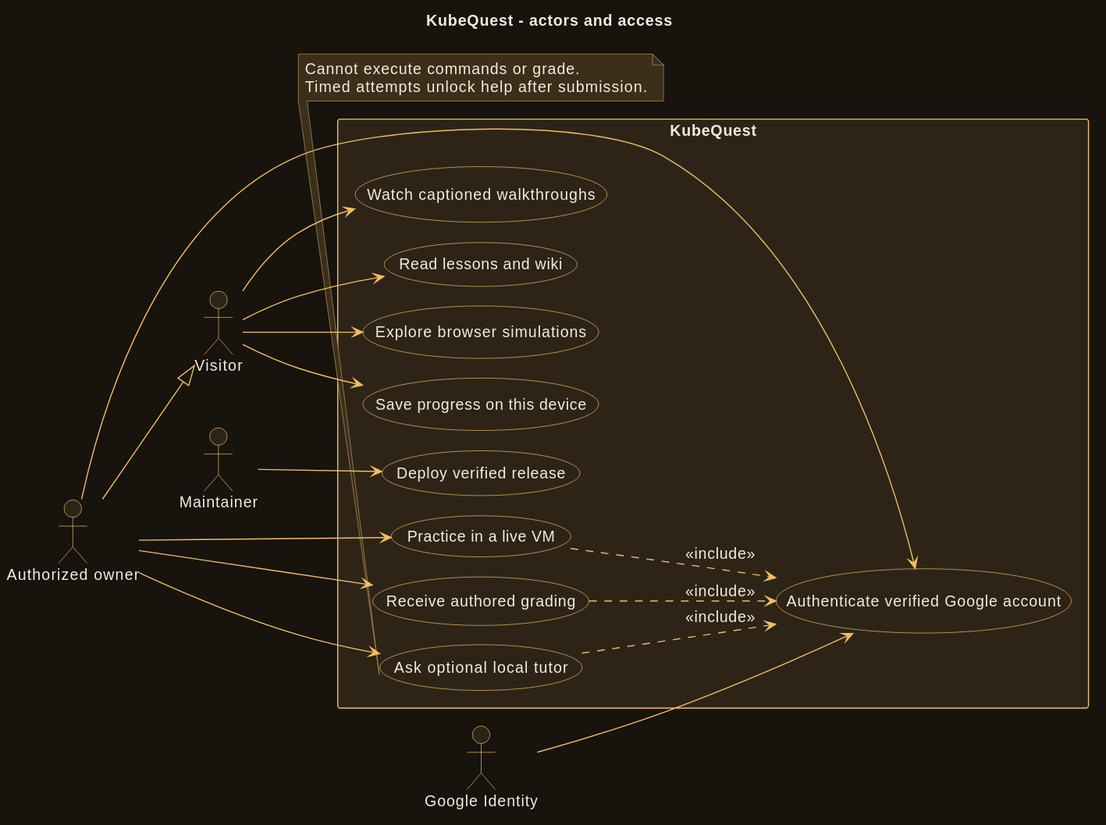
Above: diagrams/use-case.svg in ramideltoro/kubequest-wiki (PlantUML), before the change. Its source is kept beside it as diagrams/use-case.puml. Its diagram source:
```plantuml
@startuml
!pragma layout smetana
skinparam backgroundColor #17130D
skinparam defaultFontName SansSerif
skinparam defaultFontSize 14
skinparam defaultFontColor #F4ECDF
skinparam shadowing false
skinparam ArrowColor #F3BD62
skinparam LineColor #F3BD62
skinparam BorderColor #F3BD62
skinparam defaultBackgroundColor #2D2417
skinparam classBackgroundColor #2D2417
skinparam classBorderColor #F3BD62
skinparam classFontColor #F4ECDF
skinparam componentBackgroundColor #2D2417
skinparam componentBorderColor #F3BD62
skinparam componentFontColor #F4ECDF
skinparam nodeBackgroundColor #2D2417
skinparam nodeBorderColor #F3BD62
skinparam nodeFontColor #F4ECDF
skinparam packageBackgroundColor #2D2417
skinparam packageBorderColor #F3BD62
skinparam packageFontColor #F4ECDF
skinparam rectangleBackgroundColor #2D2417
skinparam rectangleBorderColor #F3BD62
skinparam rectangleFontColor #F4ECDF
skinparam databaseBackgroundColor #2D2417
skinparam databaseBorderColor #F3BD62
skinparam databaseFontColor #F4ECDF
skinparam cloudBackgroundColor #2D2417
skinparam cloudBorderColor #F3BD62
skinparam cloudFontColor #F4ECDF
skinparam artifactBackgroundColor #2D2417
skinparam artifactBorderColor #F3BD62
skinparam artifactFontColor #F4ECDF
skinparam objectBackgroundColor #2D2417
skinparam objectBorderColor #F3BD62
skinparam objectFontColor #F4ECDF
skinparam stateBackgroundColor #2D2417
skinparam stateBorderColor #F3BD62
skinparam stateFontColor #F4ECDF
skinparam activityBackgroundColor #2D2417
skinparam activityBorderColor #F3BD62
skinparam activityFontColor #F4ECDF
skinparam actorBackgroundColor #2D2417
skinparam actorBorderColor #F3BD62
skinparam actorFontColor #F4ECDF
skinparam usecaseBackgroundColor #2D2417
skinparam usecaseBorderColor #F3BD62
skinparam usecaseFontColor #F4ECDF
skinparam interfaceBackgroundColor #2D2417
skinparam interfaceBorderColor #F3BD62
skinparam interfaceFontColor #F4ECDF
skinparam participantBackgroundColor #2D2417
skinparam participantBorderColor #F3BD62
skinparam participantFontColor #F4ECDF
skinparam classAttributeIconSize 0
skinparam NoteBackgroundColor #3B2E1A
skinparam NoteBorderColor #BB9658
skinparam NoteFontColor #F4ECDF
skinparam sequenceLifeLineBorderColor #BB9658
skinparam sequenceLifeLineBackgroundColor #221C13
skinparam sequenceGroupBackgroundColor #221C13
skinparam sequenceGroupHeaderFontColor #F4ECDF
skinparam sequenceGroupBodyBackgroundColor #221C13
skinparam sequenceDividerBackgroundColor #2D2417
skinparam sequenceDividerFontColor #F4ECDF
skinparam activityDiamondBackgroundColor #3B2E1A
skinparam activityStartColor #F3BD62
skinparam activityEndColor #F3BD62
title KubeQuest - actors and access
left to right direction
actor Visitor
actor "Authorized owner" as Owner
actor Maintainer
actor "Google Identity" as Google
Owner --|> Visitor
rectangle KubeQuest {
 (Read lessons and wiki) as Read
 (Explore browser simulations) as Sim
 (Save progress on this device) as Local
 (Watch captioned walkthroughs) as Video
 (Authenticate verified Google account) as Auth
 (Practice in a live VM) as Lab
 (Receive authored grading) as Grade
 (Ask optional local tutor) as Tutor
 (Deploy verified release) as Deploy
}
Visitor --> Read
Visitor --> Sim
Visitor --> Local
Visitor --> Video
Owner --> Auth
Google --> Auth
Owner --> Lab
Owner --> Grade
Owner --> Tutor
Lab ..> Auth : <<include>>
Grade ..> Auth : <<include>>
Tutor ..> Auth : <<include>>
Maintainer --> Deploy
note bottom of Tutor
Cannot execute commands or grade.
Timed attempts unlock help after submission.
end note
@enduml
```
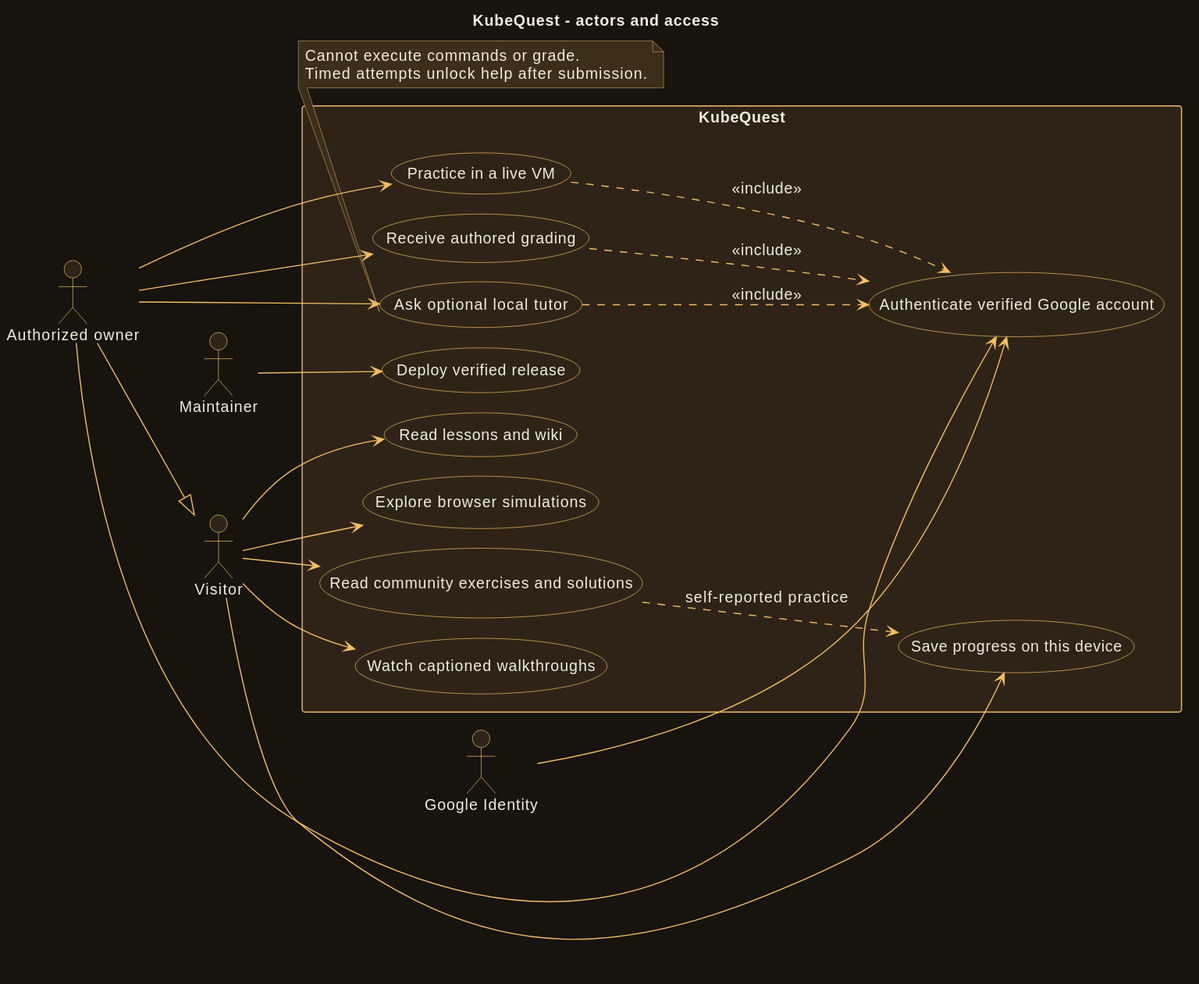
After the commit.

Commit message:
Document community CKAD exercise library and provenance

Change to the diagram source:
```diff
@@ -79,6 +79,7 @@
  (Read lessons and wiki) as Read
  (Explore browser simulations) as Sim
  (Save progress on this device) as Local
+ (Read community exercises and solutions) as Exercises
  (Watch captioned walkthroughs) as Video
  (Authenticate verified Google account) as Auth
  (Practice in a live VM) as Lab
@@ -90,6 +91,8 @@
 Visitor --> Sim
 Visitor --> Local
 Visitor --> Video
+Visitor --> Exercises
+Exercises ..> Local : self-reported practice
 Owner --> Auth
 Google --> Auth
 Owner --> Lab
```
